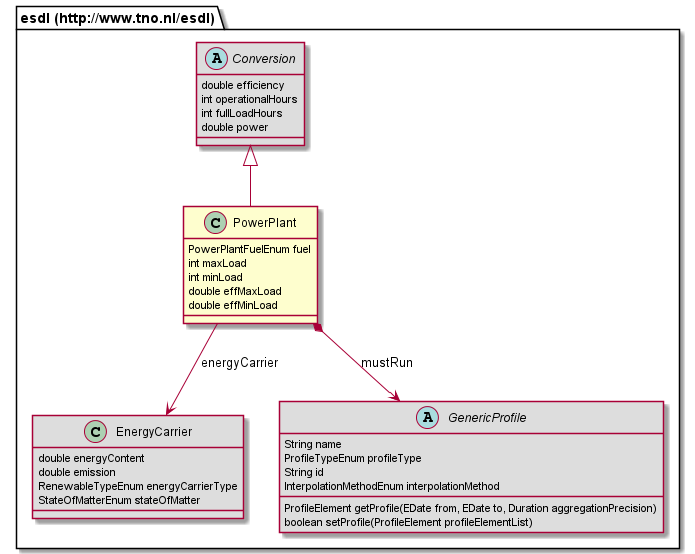
This is 687474703a2f2f7777772e746e6f2e6e6c2f6573646c/PowerPlant.png from EnergyTransition/energytransition.github.io, a PlantUML export, as it was before one commit.
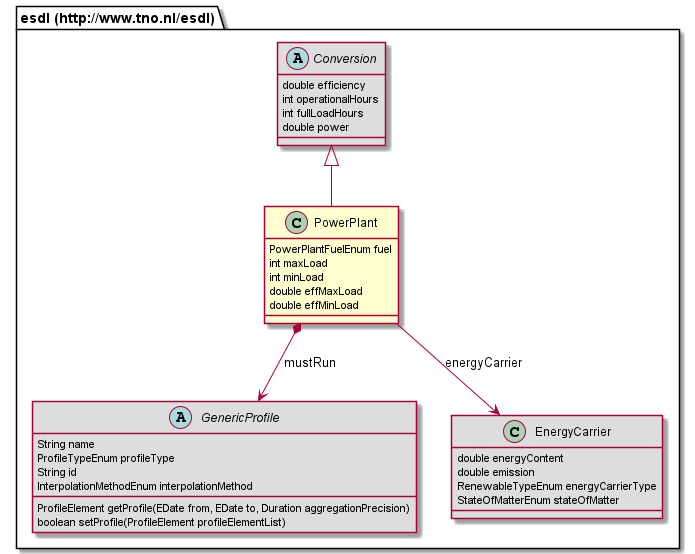
The same file after the commit.

Diff of the diagram source:
```diff
@@ -6,12 +6,6 @@
 	double effMaxLoad
 	double effMinLoad
 }
-class "esdl (http://www.tno.nl/esdl).EnergyCarrier" [[#router/doc-content/687474703a2f2f7777772e746e6f2e6e6c2f6573646c/EnergyCarrier.html{Defines a carrier of energy with its emission and energy content properties}]] #DDDDDD {
-	double energyContent
-	double emission
-	RenewableTypeEnum energyCarrierType
-	StateOfMatterEnum stateOfMatter
-}
 abstract class "esdl (http://www.tno.nl/esdl).GenericProfile" [[#router/doc-content/687474703a2f2f7777772e746e6f2e6e6c2f6573646c/GenericProfile.html{All profiles should describe these fields: a name and a ProfileType. }]] #DDDDDD {
 	String name
 	ProfileTypeEnum profileType
@@ -19,6 +13,12 @@
 	InterpolationMethodEnum interpolationMethod
 	ProfileElement getProfile(EDate from, EDate to, Duration aggregationPrecision)
 	boolean setProfile(ProfileElement profileElementList)
+}
+class "esdl (http://www.tno.nl/esdl).EnergyCarrier" [[#router/doc-content/687474703a2f2f7777772e746e6f2e6e6c2f6573646c/EnergyCarrier.html{Defines a carrier of energy with its emission and energy content properties}]] #DDDDDD {
+	double energyContent
+	double emission
+	RenewableTypeEnum energyCarrierType
+	StateOfMatterEnum stateOfMatter
 }
 abstract class "esdl (http://www.tno.nl/esdl).Conversion" [[#router/doc-content/687474703a2f2f7777772e746e6f2e6e6c2f6573646c/Conversion.html{An abstract class that describes EnergyAssets that can convert one energy carrier into another. }]] #DDDDDD {
 	double efficiency
```
